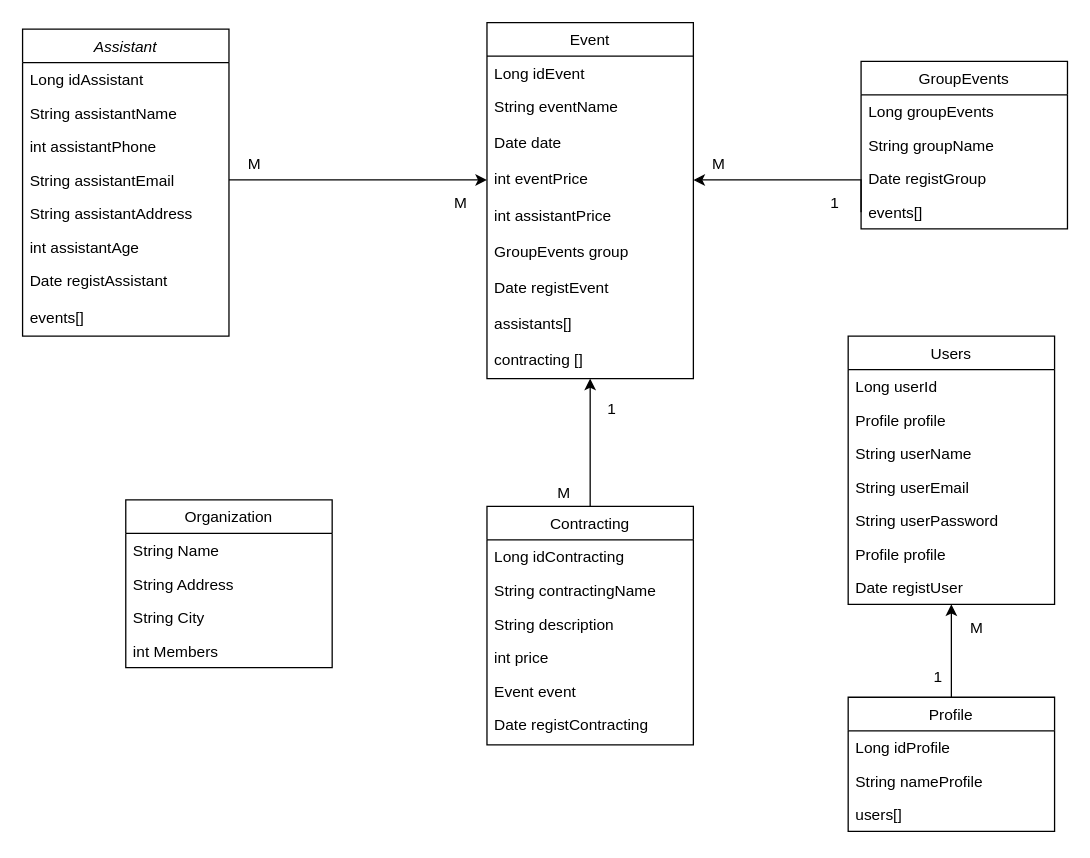
Earlier version of the draw.io diagram Documents/BBDD_V4.drawio (CBTomas/Personal-Project). Source tidied: cells renumbered, new cells numbered last; positions are measured from the earlier drawing's top-left corner, leaving out a move shared by most shapes. Both pictures are drawn from the tidied source at 129%, with x=0, y=0 at pixel (22, 22).
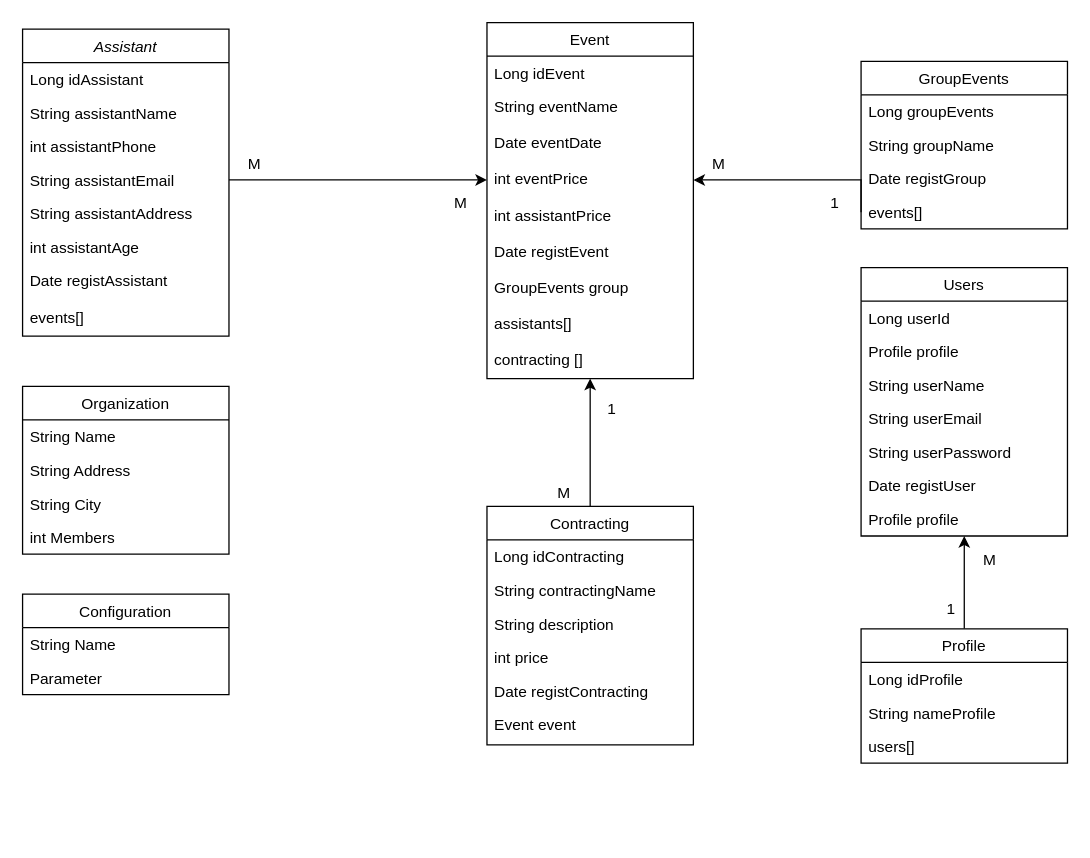
Above is the later version.

Commit message:
Update schema BBDD

The change refers to these unchanged cells:
```xml
<mxCell id="21" value="Event" style="swimlane;fontStyle=0;align=center;verticalAlign=top;horizontal=1;startSize=26;rounded=0;shadow=0;strokeWidth=1;" parent="1" vertex="1">
  <mxGeometry x="360" width="160" height="276" as="geometry" />
</mxCell>
<mxCell id="32" value="Contracting" style="swimlane;fontStyle=0;align=center;verticalAlign=top;horizontal=1;startSize=26;rounded=0;shadow=0;strokeWidth=1;" parent="1" vertex="1">
  <mxGeometry x="360" y="375" width="160" height="185" as="geometry" />
</mxCell>
```

Diff of the diagram source:
```diff
@@
     <mxCell id="11" value="Organization" style="swimlane;fontStyle=0;align=center;verticalAlign=top;horizontal=1;startSize=26;rounded=0;shadow=0;strokeWidth=1;" parent="1" vertex="1">
-      <mxGeometry x="80" y="370" width="160" height="130" as="geometry" />
+      <mxGeometry y="282" width="160" height="130" as="geometry" />
     </mxCell>
@@
-    <mxCell id="24" value="Date date" style="text;align=left;verticalAlign=top;spacingLeft=4;spacingRight=4;overflow=hidden;rounded=0;shadow=0;html=0;" parent="21" vertex="1">
+    <mxCell id="24" value="Date eventDate" style="text;align=left;verticalAlign=top;spacingLeft=4;spacingRight=4;overflow=hidden;rounded=0;shadow=0;html=0;" parent="21" vertex="1">
       <mxGeometry y="80" width="160" height="28" as="geometry" />
     </mxCell>
@@
+    <mxCell id="28" value="Date registEvent" style="text;align=left;verticalAlign=top;spacingLeft=4;spacingRight=4;overflow=hidden;rounded=0;shadow=0;html=0;" parent="21" vertex="1">
+      <mxGeometry y="164" width="160" height="28" as="geometry" />
+    </mxCell>
     <mxCell id="27" value="GroupEvents group" style="text;align=left;verticalAlign=top;spacingLeft=4;spacingRight=4;overflow=hidden;rounded=0;shadow=0;html=0;" parent="21" vertex="1">
-      <mxGeometry y="164" width="160" height="28" as="geometry" />
+      <mxGeometry y="192" width="160" height="28" as="geometry" />
     </mxCell>
-    <mxCell id="28" value="Date registEvent" style="text;align=left;verticalAlign=top;spacingLeft=4;spacingRight=4;overflow=hidden;rounded=0;shadow=0;html=0;" parent="21" vertex="1">
-      <mxGeometry y="192" width="160" height="28" as="geometry" />
-    </mxCell>
@@
+    <mxCell id="38" value="Date registContracting" style="text;align=left;verticalAlign=top;spacingLeft=4;spacingRight=4;overflow=hidden;rounded=0;shadow=0;html=0;" parent="32" vertex="1">
+      <mxGeometry y="130" width="160" height="26" as="geometry" />
+    </mxCell>
     <mxCell id="37" value="Event event" style="text;align=left;verticalAlign=top;spacingLeft=4;spacingRight=4;overflow=hidden;rounded=0;shadow=0;html=0;" parent="32" vertex="1">
-      <mxGeometry y="130" width="160" height="26" as="geometry" />
+      <mxGeometry y="156" width="160" height="26" as="geometry" />
     </mxCell>
-    <mxCell id="38" value="Date registContracting" style="text;align=left;verticalAlign=top;spacingLeft=4;spacingRight=4;overflow=hidden;rounded=0;shadow=0;html=0;" parent="32" vertex="1">
-      <mxGeometry y="156" width="160" height="26" as="geometry" />
-    </mxCell>
@@
     <mxCell id="46" value="Users" style="swimlane;fontStyle=0;align=center;verticalAlign=top;horizontal=1;startSize=26;rounded=0;shadow=0;strokeWidth=1;" parent="1" vertex="1">
-      <mxGeometry x="640" y="243" width="160" height="208" as="geometry" />
+      <mxGeometry x="650" y="190" width="160" height="208" as="geometry" />
     </mxCell>
@@
+    <mxCell id="53" value="Date registUser" style="text;align=left;verticalAlign=top;spacingLeft=4;spacingRight=4;overflow=hidden;" parent="46" vertex="1">
+      <mxGeometry y="156" width="160" height="26" as="geometry" />
+    </mxCell>
     <mxCell id="52" value="Profile profile" style="text;align=left;verticalAlign=top;spacingLeft=4;spacingRight=4;overflow=hidden;" parent="46" vertex="1">
-      <mxGeometry y="156" width="160" height="26" as="geometry" />
+      <mxGeometry y="182" width="160" height="26" as="geometry" />
     </mxCell>
-    <mxCell id="53" value="Date registUser" style="text;align=left;verticalAlign=top;spacingLeft=4;spacingRight=4;overflow=hidden;" parent="46" vertex="1">
-      <mxGeometry y="182" width="160" height="26" as="geometry" />
-    </mxCell>
@@
     <mxCell id="55" value="Profile" style="swimlane;fontStyle=0;align=center;verticalAlign=top;horizontal=1;startSize=26;rounded=0;shadow=0;strokeWidth=1;" parent="1" vertex="1">
-      <mxGeometry x="640" y="523" width="160" height="104" as="geometry" />
+      <mxGeometry x="650" y="470" width="160" height="104" as="geometry" />
     </mxCell>
@@
     <mxCell id="59" value="M" style="text;html=1;strokeColor=none;fillColor=none;align=center;verticalAlign=middle;whiteSpace=wrap;rounded=0;" parent="1" vertex="1">
-      <mxGeometry x="730" y="460" width="20" height="20" as="geometry" />
+      <mxGeometry x="740" y="407" width="20" height="20" as="geometry" />
     </mxCell>
     <mxCell id="60" value="1" style="text;html=1;strokeColor=none;fillColor=none;align=center;verticalAlign=middle;whiteSpace=wrap;rounded=0;" parent="1" vertex="1">
-      <mxGeometry x="700" y="498" width="20" height="20" as="geometry" />
+      <mxGeometry x="710" y="445" width="20" height="20" as="geometry" />
     </mxCell>
@@
+    <mxCell id="62" value="Configuration" style="swimlane;fontStyle=0;align=center;verticalAlign=top;horizontal=1;startSize=26;rounded=0;shadow=0;strokeWidth=1;" parent="1" vertex="1">
+      <mxGeometry y="443" width="160" height="78" as="geometry" />
+    </mxCell>
+    <mxCell id="63" value="String Name" style="text;align=left;verticalAlign=top;spacingLeft=4;spacingRight=4;overflow=hidden;" parent="62" vertex="1">
+      <mxGeometry y="26" width="160" height="26" as="geometry" />
+    </mxCell>
+    <mxCell id="64" value="Parameter" style="text;align=left;verticalAlign=top;spacingLeft=4;spacingRight=4;overflow=hidden;" parent="62" vertex="1">
+      <mxGeometry y="52" width="160" height="26" as="geometry" />
+    </mxCell>
```
